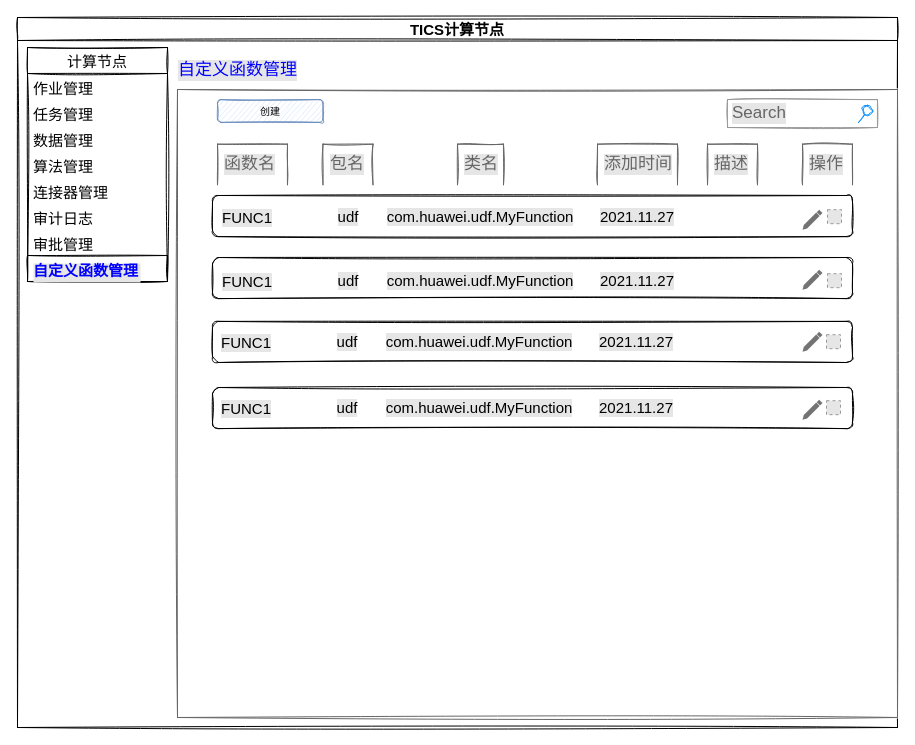
This is page "第 2 页" (2 of 2) of UDF界面原型.drawio from XyHalcyon/pictures, a draw.io file, before an edit. Source tidied: cells renumbered, new cells numbered last; positions are measured from the earlier drawing's top-left corner, leaving out a move shared by most shapes. Both pictures are drawn from the tidied source at 100%, with x=0, y=0 at pixel (17, 17). Pictures stored in the file or linked from it are replaced by grey dashed boxes.
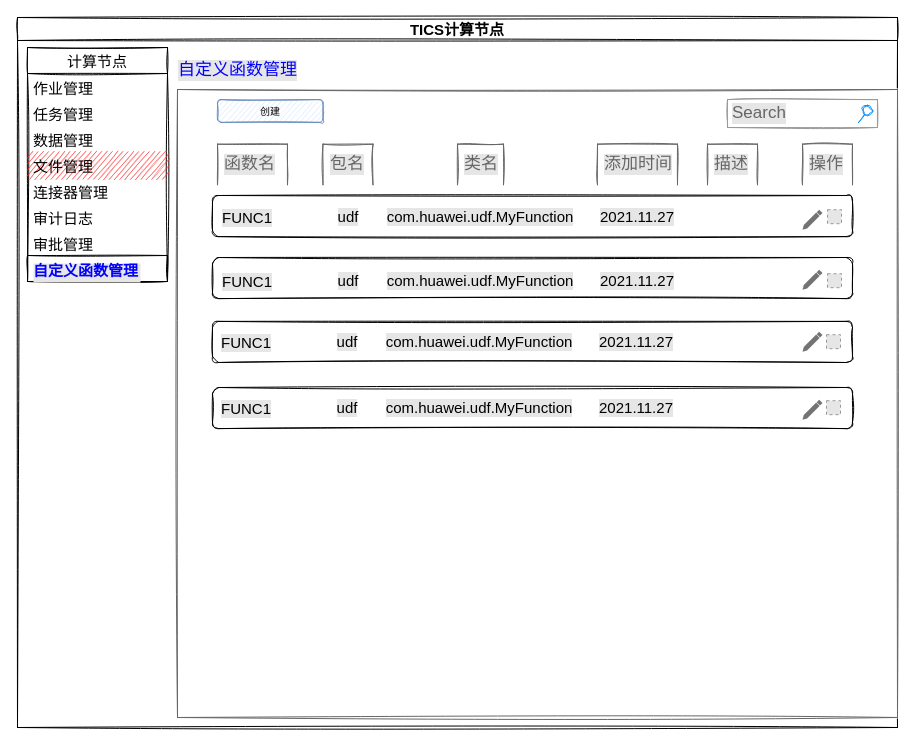
After the change.

Commit message (it also covers changes not shown here):
更新UDF界面原型.drawio

The change refers to these unchanged cells:
```xml
<mxCell id="3" value="计算节点" style="swimlane;fontStyle=0;horizontal=1;startSize=26;fillColor=none;labelBackgroundColor=none;comic=0;sketch=1;fontSize=15;fontColor=#000000;" parent="2" vertex="1">
  <mxGeometry x="10" y="30" width="140" height="234" as="geometry" />
</mxCell>
```

The edit, as a diff of the source:
```diff
@@
-    <mxCell id="7" value="算法管理" style="text;strokeColor=none;fillColor=none;align=left;verticalAlign=top;spacingLeft=4;spacingRight=4;overflow=hidden;labelBackgroundColor=none;comic=0;sketch=1;fontSize=15;fontColor=#000000;" parent="3" vertex="1">
+    <mxCell id="7" value="文件管理" style="text;strokeColor=none;fillColor=#FF3333;align=left;verticalAlign=top;spacingLeft=4;spacingRight=4;overflow=hidden;labelBackgroundColor=none;comic=0;sketch=1;fontSize=15;fontColor=#000000;" parent="3" vertex="1">
       <mxGeometry y="104" width="140" height="26" as="geometry" />
     </mxCell>
```
